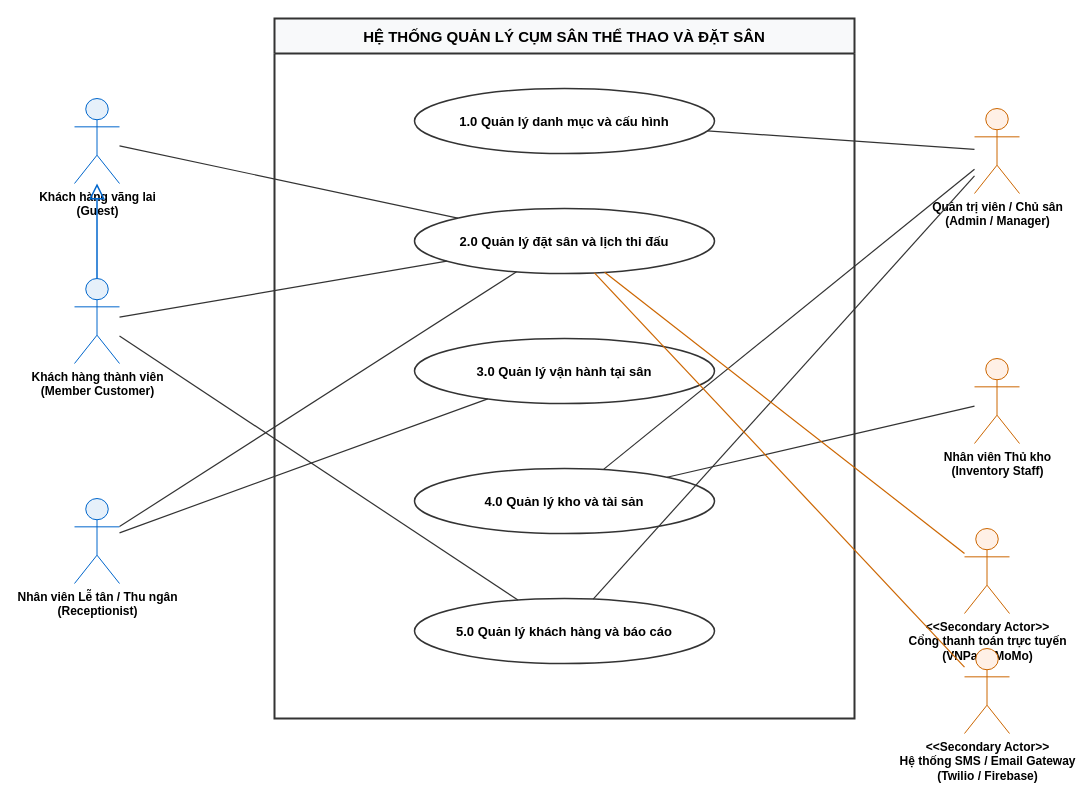
This is page "00_UC_TongThe" (1 of 7) of BTH/BTH3_UsecaseDiagram/DoAn_OOAD_UseCaseDiagram.drawio from nphat-code/DoAn-OOAD-SGU, a draw.io file, before an edit. Source tidied: cells renumbered, new cells numbered last; positions are measured from the earlier drawing's top-left corner, leaving out a move shared by most shapes. Both pictures are drawn from the tidied source at 100%, with x=0, y=0 at pixel (74, 18).
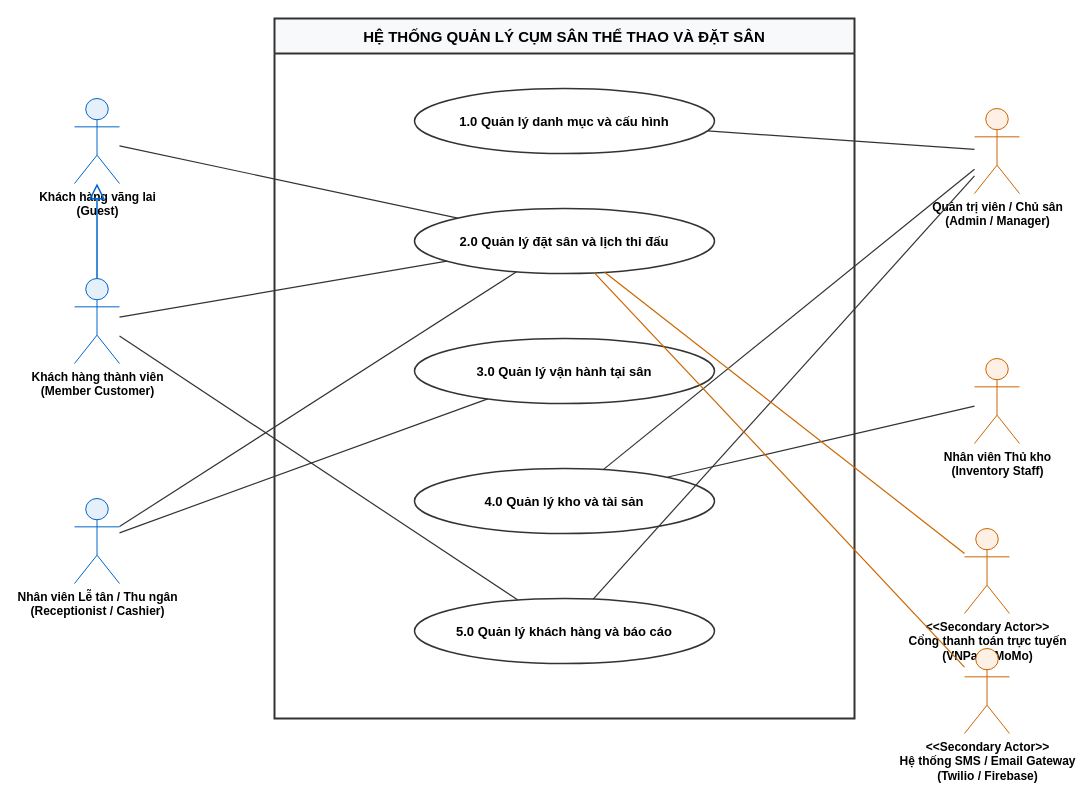
Above is the later version.

Commit message (it also covers changes not shown here):
fix(bth3): dong bo thong nhat Nhan vien Le tan / Thu ngan (Receptionist / Cashier) tren Drawio va Markdown

Diff of the diagram source:
```diff
@@
-    <mxCell id="5" value="Nhân viên Lễ tân / Thu ngân&#10;(Receptionist)" style="shape=umlActor;verticalLabelPosition=bottom;verticalAlign=top;html=1;outlineConnect=0;fontFamily=Helvetica;fontSize=12;fontStyle=1;strokeColor=#0066CC;fillColor=#E6F0FA;" parent="1" vertex="1">
+    <mxCell id="5" value="Nhân viên Lễ tân / Thu ngân&#10;(Receptionist / Cashier)" style="shape=umlActor;verticalLabelPosition=bottom;verticalAlign=top;html=1;outlineConnect=0;fontFamily=Helvetica;fontSize=12;fontStyle=1;strokeColor=#0066CC;fillColor=#E6F0FA;" parent="1" vertex="1">
       <mxGeometry y="480" width="45" height="85" as="geometry" />
     </mxCell>
```
